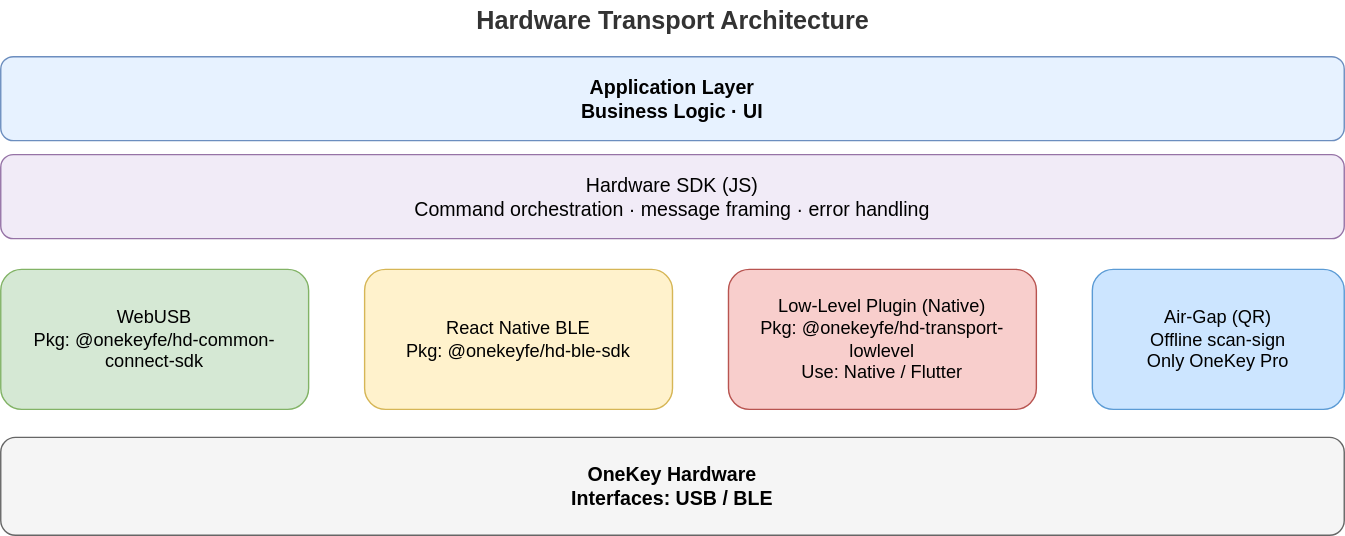
The draw.io diagram public/images/transport/transport-architecture-en.svg in wabicai/onekey-developer-portal, before a commit. Source tidied: cells renumbered, new cells last; positions are measured from the earlier drawing's top-left corner, leaving out a move shared by most shapes.
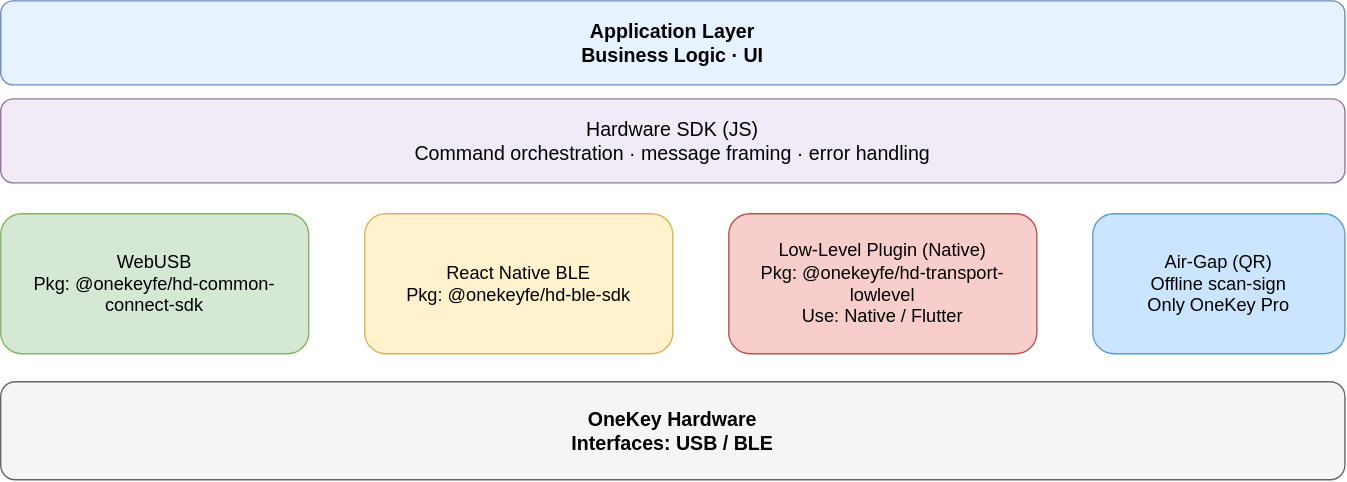
Later version of the same file.

Diff of the diagram source:
```diff
@@ -2,9 +2,6 @@
   <root>
     <mxCell id="0" />
     <mxCell id="1" parent="0" />
-    <mxCell id="2" value="Hardware Transport Architecture" style="text;html=1;align=center;verticalAlign=middle;fontSize=18;fontStyle=1;fontColor=#333333;" parent="1" vertex="1">
-      <mxGeometry x="280" width="400" height="30" as="geometry" />
-    </mxCell>
     <mxCell id="3" value="Application Layer&#10;Business Logic · UI" style="rounded=1;whiteSpace=wrap;html=1;fontSize=14;fontStyle=1;align=center;verticalAlign=middle;fillColor=#e7f2ff;strokeColor=#6c8ebf;" parent="1" vertex="1">
       <mxGeometry y="40" width="960" height="60" as="geometry" />
     </mxCell>
```
